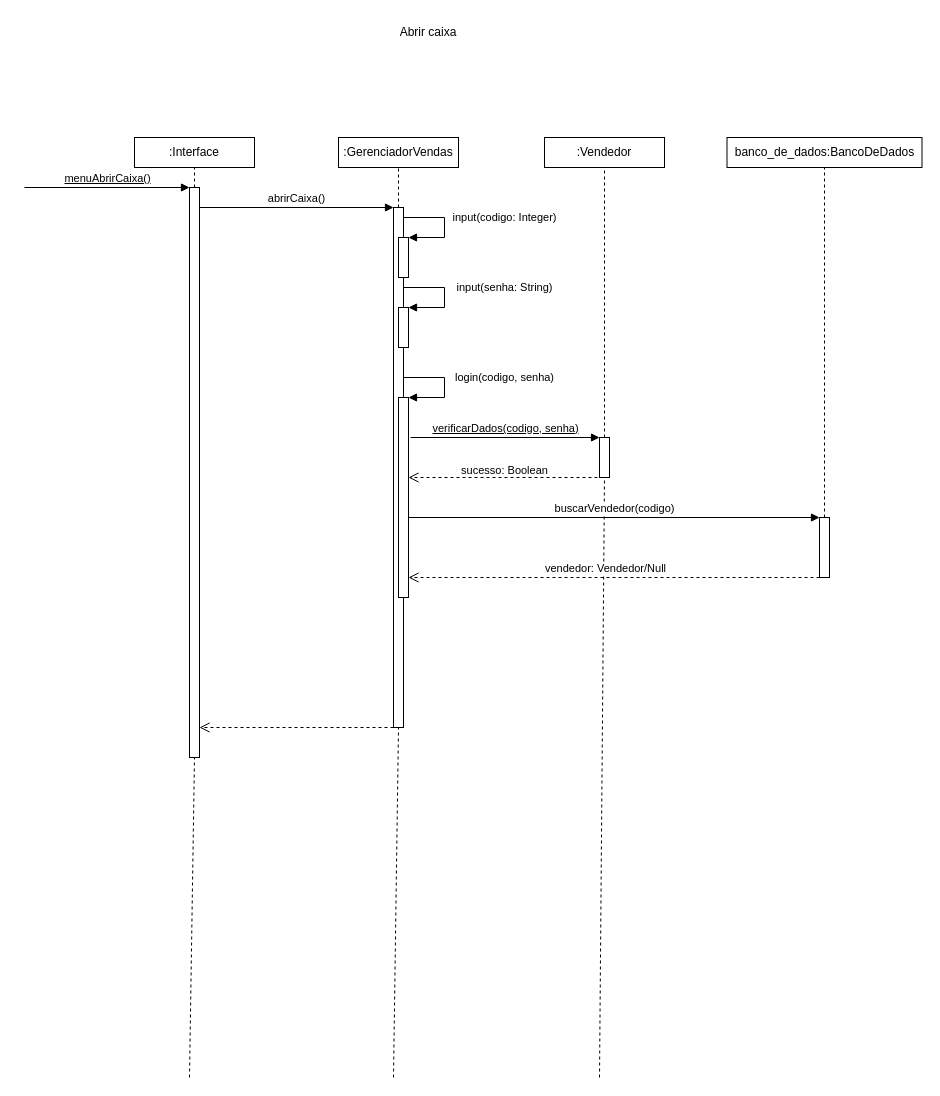
This is CASOS_DE_USO/DSS_PROJETO/dss_abrir_caixa.drawio from guifrazao/PROJETO_ESW1, a draw.io file, before an edit. Source tidied: cells renumbered, new cells numbered last; positions are measured from the earlier drawing's top-left corner, leaving out a move shared by most shapes. Both pictures are drawn from the tidied source at 100%, with x=0, y=0 at pixel (24, 17).
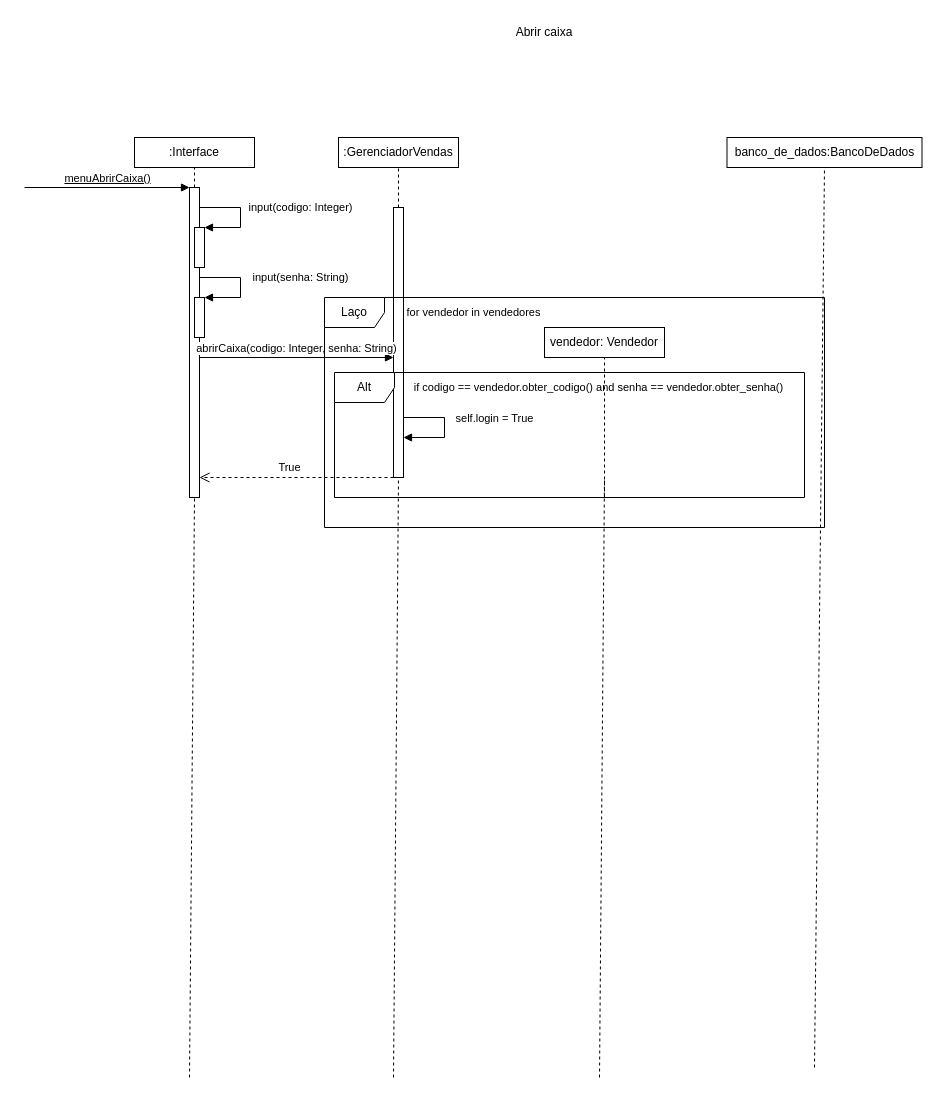
The same page after the edit.

Unchanged cells that the change refers to:
```xml
<mxCell id="27" value="banco_de_dados:BancoDeDados" style="rounded=0;whiteSpace=wrap;html=1;" parent="1" vertex="1">
  <mxGeometry x="702.5" y="120" width="195" height="30" as="geometry" />
</mxCell>
```

Change to the diagram source:
```diff
@@
     <mxCell id="2" value="Abrir caixa" style="text;html=1;align=center;verticalAlign=middle;whiteSpace=wrap;rounded=0;" parent="1" vertex="1">
-      <mxGeometry x="374" width="60" height="30" as="geometry" />
+      <mxGeometry x="490" width="60" height="30" as="geometry" />
     </mxCell>
@@
     <mxCell id="6" style="html=1;points=[[0,0,0,0,5],[0,1,0,0,-5],[1,0,0,0,5],[1,1,0,0,-5]];perimeter=orthogonalPerimeter;outlineConnect=0;targetShapes=umlLifeline;portConstraint=eastwest;newEdgeStyle={&quot;curved&quot;:0,&quot;rounded&quot;:0};" parent="1" vertex="1">
-      <mxGeometry x="165" y="170" width="10" height="570" as="geometry" />
+      <mxGeometry x="165" y="170" width="10" height="310" as="geometry" />
     </mxCell>
@@
     <mxCell id="11" style="html=1;points=[[0,0,0,0,5],[0,1,0,0,-5],[1,0,0,0,5],[1,1,0,0,-5]];perimeter=orthogonalPerimeter;outlineConnect=0;targetShapes=umlLifeline;portConstraint=eastwest;newEdgeStyle={&quot;curved&quot;:0,&quot;rounded&quot;:0};" parent="1" vertex="1">
-      <mxGeometry x="369" y="190" width="10" height="520" as="geometry" />
+      <mxGeometry x="369" y="190" width="10" height="270" as="geometry" />
     </mxCell>
-    <mxCell id="12" value="abrirCaixa()" style="html=1;verticalAlign=bottom;endArrow=block;curved=0;rounded=0;" parent="1" edge="1" target="11">
-      <mxGeometry relative="1" as="geometry">
-        <mxPoint x="175" y="190" as="sourcePoint" />
-      </mxGeometry>
-    </mxCell>
     <mxCell id="13" style="html=1;points=[[0,0,0,0,5],[0,1,0,0,-5],[1,0,0,0,5],[1,1,0,0,-5]];perimeter=orthogonalPerimeter;outlineConnect=0;targetShapes=umlLifeline;portConstraint=eastwest;newEdgeStyle={&quot;curved&quot;:0,&quot;rounded&quot;:0};" parent="1" vertex="1">
-      <mxGeometry x="374" y="220" width="10" height="40" as="geometry" />
+      <mxGeometry x="170" y="210" width="10" height="40" as="geometry" />
     </mxCell>
     <mxCell id="14" value="input(codigo: Integer)" style="html=1;verticalAlign=bottom;endArrow=block;rounded=0;edgeStyle=orthogonalEdgeStyle;" parent="1" edge="1" target="13">
       <mxGeometry x="0.04" y="60" relative="1" as="geometry">
-        <mxPoint x="379" y="200" as="sourcePoint" />
+        <mxPoint x="175" y="190" as="sourcePoint" />
         <Array as="points">
-          <mxPoint x="420" y="200" />
-          <mxPoint x="420" y="220" />
+          <mxPoint x="216" y="190" />
+          <mxPoint x="216" y="210" />
         </Array>
       </mxGeometry>
     </mxCell>
     <mxCell id="15" style="html=1;points=[[0,0,0,0,5],[0,1,0,0,-5],[1,0,0,0,5],[1,1,0,0,-5]];perimeter=orthogonalPerimeter;outlineConnect=0;targetShapes=umlLifeline;portConstraint=eastwest;newEdgeStyle={&quot;curved&quot;:0,&quot;rounded&quot;:0};" parent="1" vertex="1">
-      <mxGeometry x="374" y="290" width="10" height="40" as="geometry" />
+      <mxGeometry x="170" y="280" width="10" height="40" as="geometry" />
     </mxCell>
     <mxCell id="16" value="input(senha: String)" style="html=1;verticalAlign=bottom;endArrow=block;rounded=0;edgeStyle=orthogonalEdgeStyle;" parent="1" edge="1" target="15">
       <mxGeometry x="0.04" y="60" relative="1" as="geometry">
-        <mxPoint x="379" y="270" as="sourcePoint" />
+        <mxPoint x="175" y="260" as="sourcePoint" />
         <Array as="points">
-          <mxPoint x="420" y="270" />
-          <mxPoint x="420" y="290" />
+          <mxPoint x="216" y="260" />
+          <mxPoint x="216" y="280" />
         </Array>
       </mxGeometry>
     </mxCell>
-    <mxCell id="17" value="&lt;u&gt;verificarDados(codigo, senha)&lt;/u&gt;" style="html=1;verticalAlign=bottom;endArrow=block;curved=0;rounded=0;" parent="1" edge="1">
-      <mxGeometry relative="1" as="geometry">
-        <mxPoint x="386" y="420" as="sourcePoint" />
-        <mxPoint x="575" y="420" as="targetPoint" />
-      </mxGeometry>
-    </mxCell>
-    <mxCell id="18" value=":Vendedor" style="rounded=0;whiteSpace=wrap;html=1;" parent="1" vertex="1">
-      <mxGeometry x="520" y="120" width="120" height="30" as="geometry" />
+    <mxCell id="18" value="vendedor: Vendedor" style="rounded=0;whiteSpace=wrap;html=1;" parent="1" vertex="1">
+      <mxGeometry x="520" y="310" width="120" height="30" as="geometry" />
     </mxCell>
-    <mxCell id="19" style="endArrow=none;dashed=1;html=1;rounded=0;entryX=0.5;entryY=1;entryDx=0;entryDy=0;" parent="1" edge="1" source="22" target="18">
-      <mxGeometry relative="1" as="geometry" />
+    <mxCell id="19" style="endArrow=none;dashed=1;html=1;rounded=0;entryX=0.5;entryY=1;entryDx=0;entryDy=0;" parent="1" edge="1" target="18">
+      <mxGeometry relative="1" as="geometry">
+        <mxPoint x="580" y="480" as="sourcePoint" />
+      </mxGeometry>
     </mxCell>
-    <mxCell id="20" style="endArrow=none;dashed=1;html=1;rounded=0;entryX=0.5;entryY=1;entryDx=0;entryDy=0;" parent="1" edge="1" target="22">
+    <mxCell id="20" style="endArrow=none;dashed=1;html=1;rounded=0;entryX=0.5;entryY=1;entryDx=0;entryDy=0;" parent="1" edge="1">
       <mxGeometry relative="1" as="geometry">
         <mxPoint x="575" y="1060" as="sourcePoint" />
+        <mxPoint x="580" y="460" as="targetPoint" />
       </mxGeometry>
     </mxCell>
-    <mxCell id="21" value="vendedor: Vendedor/Null" style="edgeLabel;html=1;align=center;verticalAlign=middle;" parent="20" vertex="1">
-      <mxGeometry x="0.7" y="-1" relative="1" as="geometry" />
-    </mxCell>
-    <mxCell id="22" style="html=1;points=[[0,0,0,0,5],[0,1,0,0,-5],[1,0,0,0,5],[1,1,0,0,-5]];perimeter=orthogonalPerimeter;outlineConnect=0;targetShapes=umlLifeline;portConstraint=eastwest;newEdgeStyle={&quot;curved&quot;:0,&quot;rounded&quot;:0};" parent="1" vertex="1">
-      <mxGeometry x="575" y="420" width="10" height="40" as="geometry" />
-    </mxCell>
-    <mxCell id="23" style="html=1;verticalAlign=bottom;endArrow=open;dashed=1;endSize=8;curved=0;rounded=0;" parent="1" edge="1">
-      <mxGeometry relative="1" as="geometry">
-        <mxPoint x="579" y="460" as="sourcePoint" />
-        <mxPoint x="384" y="460" as="targetPoint" />
-      </mxGeometry>
-    </mxCell>
-    <mxCell id="24" style="html=1;points=[[0,0,0,0,5],[0,1,0,0,-5],[1,0,0,0,5],[1,1,0,0,-5]];perimeter=orthogonalPerimeter;outlineConnect=0;targetShapes=umlLifeline;portConstraint=eastwest;newEdgeStyle={&quot;curved&quot;:0,&quot;rounded&quot;:0};" parent="1" vertex="1">
-      <mxGeometry x="374" y="380" width="10" height="200" as="geometry" />
-    </mxCell>
-    <mxCell id="25" value="login(codigo, senha)" style="html=1;verticalAlign=bottom;endArrow=block;rounded=0;edgeStyle=orthogonalEdgeStyle;" parent="1" edge="1" target="24">
-      <mxGeometry x="0.04" y="60" relative="1" as="geometry">
-        <mxPoint x="379" y="360" as="sourcePoint" />
-        <Array as="points">
-          <mxPoint x="420" y="360" />
-          <mxPoint x="420" y="380" />
-        </Array>
-      </mxGeometry>
-    </mxCell>
-    <mxCell id="26" value="buscarVendedor(codigo)" style="html=1;verticalAlign=bottom;endArrow=block;curved=0;rounded=0;" parent="1" edge="1" target="29">
-      <mxGeometry relative="1" as="geometry">
-        <mxPoint x="384" y="500" as="sourcePoint" />
-      </mxGeometry>
-    </mxCell>
@@
-    <mxCell id="28" style="endArrow=none;dashed=1;html=1;rounded=0;entryX=0.5;entryY=1;entryDx=0;entryDy=0;" parent="1" edge="1" source="29" target="27">
-      <mxGeometry relative="1" as="geometry" />
+    <mxCell id="28" style="endArrow=none;dashed=1;html=1;rounded=0;entryX=0.5;entryY=1;entryDx=0;entryDy=0;" parent="1" edge="1" target="27">
+      <mxGeometry relative="1" as="geometry">
+        <mxPoint x="790" y="1050" as="sourcePoint" />
+      </mxGeometry>
     </mxCell>
-    <mxCell id="29" style="html=1;points=[[0,0,0,0,5],[0,1,0,0,-5],[1,0,0,0,5],[1,1,0,0,-5]];perimeter=orthogonalPerimeter;outlineConnect=0;targetShapes=umlLifeline;portConstraint=eastwest;newEdgeStyle={&quot;curved&quot;:0,&quot;rounded&quot;:0};" parent="1" vertex="1">
-      <mxGeometry x="795" y="500" width="10" height="60" as="geometry" />
-    </mxCell>
-    <mxCell id="30" style="html=1;verticalAlign=bottom;endArrow=open;dashed=1;endSize=8;curved=0;rounded=0;" parent="1" edge="1" target="24">
-      <mxGeometry relative="1" as="geometry">
-        <mxPoint x="795" y="560" as="sourcePoint" />
-      </mxGeometry>
-    </mxCell>
-    <mxCell id="31" style="html=1;verticalAlign=bottom;endArrow=open;dashed=1;endSize=8;curved=0;rounded=0;" parent="1" edge="1">
-      <mxGeometry relative="1" as="geometry">
-        <mxPoint x="369" y="710" as="sourcePoint" />
-        <mxPoint x="175" y="710" as="targetPoint" />
-      </mxGeometry>
-    </mxCell>
-    <mxCell id="32" value="&lt;font style=&quot;font-size: 11px;&quot;&gt;sucesso: Boolean&lt;/font&gt;" style="text;html=1;align=center;verticalAlign=middle;strokeColor=none;fillColor=none;" parent="1" vertex="1">
-      <mxGeometry x="425" y="438" width="110" height="30" as="geometry" />
-    </mxCell>
+    <mxCell id="33" value="abrirCaixa(codigo: Integer, senha: String)" style="html=1;verticalAlign=bottom;endArrow=block;curved=0;rounded=0;" parent="1" edge="1" target="11">
+      <mxGeometry relative="1" as="geometry">
+        <mxPoint x="175" y="340" as="sourcePoint" />
+      </mxGeometry>
+    </mxCell>
+    <mxCell id="34" value="Laço" style="shape=umlFrame;whiteSpace=wrap;html=1;" parent="1" vertex="1">
+      <mxGeometry x="300" y="280" width="500" height="230" as="geometry" />
+    </mxCell>
+    <mxCell id="35" value="&lt;span style=&quot;font-size: 11px;&quot;&gt;for vendedor in vendedores&lt;/span&gt;" style="text;html=1;align=center;verticalAlign=middle;strokeColor=none;fillColor=none;" parent="1" vertex="1">
+      <mxGeometry x="369" y="280" width="160" height="30" as="geometry" />
+    </mxCell>
+    <mxCell id="36" value="Alt" style="shape=umlFrame;whiteSpace=wrap;html=1;" parent="1" vertex="1">
+      <mxGeometry x="310" y="355" width="470" height="125" as="geometry" />
+    </mxCell>
+    <mxCell id="37" value="&lt;span style=&quot;font-size: 11px;&quot;&gt;if codigo == vendedor.obter_codigo() and senha == vendedor.obter_senha()&lt;/span&gt;" style="text;html=1;align=center;verticalAlign=middle;strokeColor=none;fillColor=none;" parent="1" vertex="1">
+      <mxGeometry x="379" y="355" width="390" height="30" as="geometry" />
+    </mxCell>
+    <mxCell id="38" value="self.login = True" style="html=1;verticalAlign=bottom;endArrow=block;rounded=0;edgeStyle=orthogonalEdgeStyle;" parent="1" edge="1" target="11">
+      <mxGeometry y="50" relative="1" as="geometry">
+        <mxPoint x="379" y="400" as="sourcePoint" />
+        <Array as="points">
+          <mxPoint x="420" y="400" />
+          <mxPoint x="420" y="420" />
+        </Array>
+      </mxGeometry>
+    </mxCell>
+    <mxCell id="39" style="html=1;verticalAlign=bottom;endArrow=open;dashed=1;endSize=8;curved=0;rounded=0;" parent="1" edge="1">
+      <mxGeometry relative="1" as="geometry">
+        <mxPoint x="369" y="460" as="sourcePoint" />
+        <mxPoint x="175" y="460" as="targetPoint" />
+      </mxGeometry>
+    </mxCell>
+    <mxCell id="40" value="&lt;font style=&quot;font-size: 11px;&quot;&gt;True&lt;/font&gt;" style="text;html=1;align=center;verticalAlign=middle;strokeColor=none;fillColor=none;" parent="1" vertex="1">
+      <mxGeometry x="240" y="435" width="50" height="30" as="geometry" />
+    </mxCell>
```
